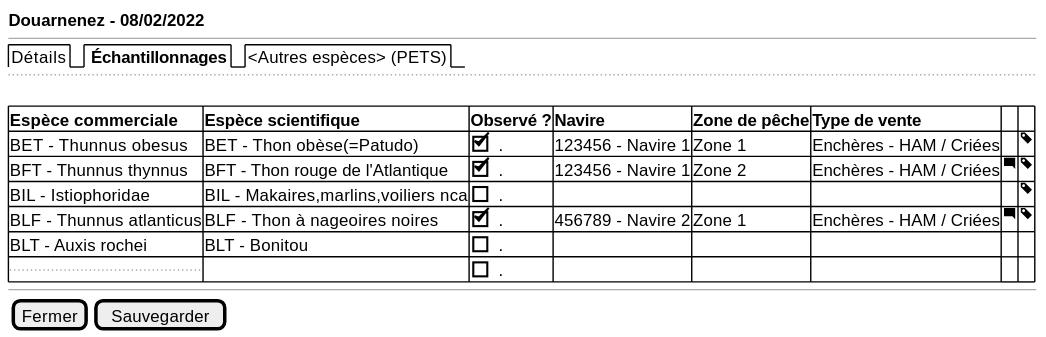
Before: projects/obsvente/spe/images/landings-table-outremer.svg, a diagram exported from PlantUML (sumaris-net/sumaris-doc). Its source is kept beside it as projects/obsvente/spe/images/landings-table-outremer.puml. Its diagram source:
```plantuml
@startsalt
{
  <b>Douarnenez - 08/02/2022
  --
  {/  Détails | <b> Échantillonnages | <Autres espèces> (PETS)}
  ..
  .
	{#

      <b>Espèce commerciale | <b>Espèce scientifique  | <b>Observé ? | <b>Navire | <b>Zone de pêche| <b>Type de vente | . | .
       BET - Thunnus obesus | BET - Thon obèse(=Patudo) | [X]. | 123456 - Navire 1 | Zone 1 | Enchères - HAM / Criées | . | <&tag>
       BFT - Thunnus thynnus | BFT - Thon rouge de l'Atlantique |  [X]. | 123456 - Navire 1 | Zone 2 | Enchères - HAM / Criées | <&comment-square> | <&tag>
       BIL - Istiophoridae | BIL - Makaires,marlins,voiliers nca | [ ]. | . | . | . | . | <&tag>
       BLF - Thunnus atlanticus | BLF - Thon à nageoires noires | [X]. | 456789 - Navire 2 | Zone 1 | Enchères - HAM / Criées | <&comment-square> | <&tag>
       BLT - Auxis rochei | BLT - Bonitou | [ ] . | . | . | . | . | .
       ... | . | [ ] . | . | . | . | . | .

    }
  --


  {
    [Fermer] | [Sauvegarder]
  }
}
@endsalt
```
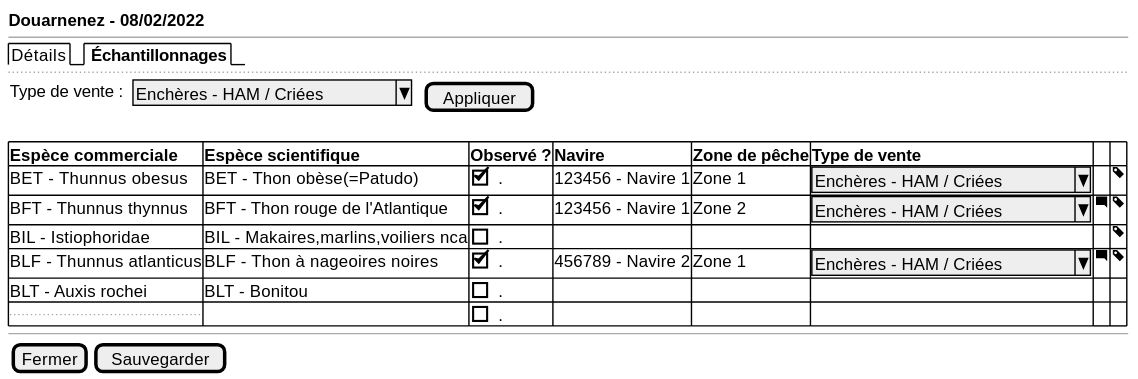
Later version of the same file.

The edit, as a diff of the source:
```diff
@@ -2,22 +2,20 @@
 {
   <b>Douarnenez - 08/02/2022
   --
-  {/  Détails | <b> Échantillonnages | <Autres espèces> (PETS)}
+  {/  Détails | <b> Échantillonnages}
   ..
+  { Type de vente : | . | ^Enchères - HAM / Criées^ | . | [Appliquer] }
   .
 	{#
-
       <b>Espèce commerciale | <b>Espèce scientifique  | <b>Observé ? | <b>Navire | <b>Zone de pêche| <b>Type de vente | . | .
-       BET - Thunnus obesus | BET - Thon obèse(=Patudo) | [X]. | 123456 - Navire 1 | Zone 1 | Enchères - HAM / Criées | . | <&tag>
-       BFT - Thunnus thynnus | BFT - Thon rouge de l'Atlantique |  [X]. | 123456 - Navire 1 | Zone 2 | Enchères - HAM / Criées | <&comment-square> | <&tag>
+       BET - Thunnus obesus | BET - Thon obèse(=Patudo) | [X]. | 123456 - Navire 1 | Zone 1 | ^Enchères - HAM / Criées^ | . | <&tag>
+       BFT - Thunnus thynnus | BFT - Thon rouge de l'Atlantique |  [X]. | 123456 - Navire 1 | Zone 2 | ^Enchères - HAM / Criées^ | <&comment-square> | <&tag>
        BIL - Istiophoridae | BIL - Makaires,marlins,voiliers nca | [ ]. | . | . | . | . | <&tag>
-       BLF - Thunnus atlanticus | BLF - Thon à nageoires noires | [X]. | 456789 - Navire 2 | Zone 1 | Enchères - HAM / Criées | <&comment-square> | <&tag>
+       BLF - Thunnus atlanticus | BLF - Thon à nageoires noires | [X]. | 456789 - Navire 2 | Zone 1 | ^Enchères - HAM / Criées^ | <&comment-square> | <&tag>
        BLT - Auxis rochei | BLT - Bonitou | [ ] . | . | . | . | . | .
        ... | . | [ ] . | . | . | . | . | .
-
     }
   --
-
 
   {
     [Fermer] | [Sauvegarder]
```
